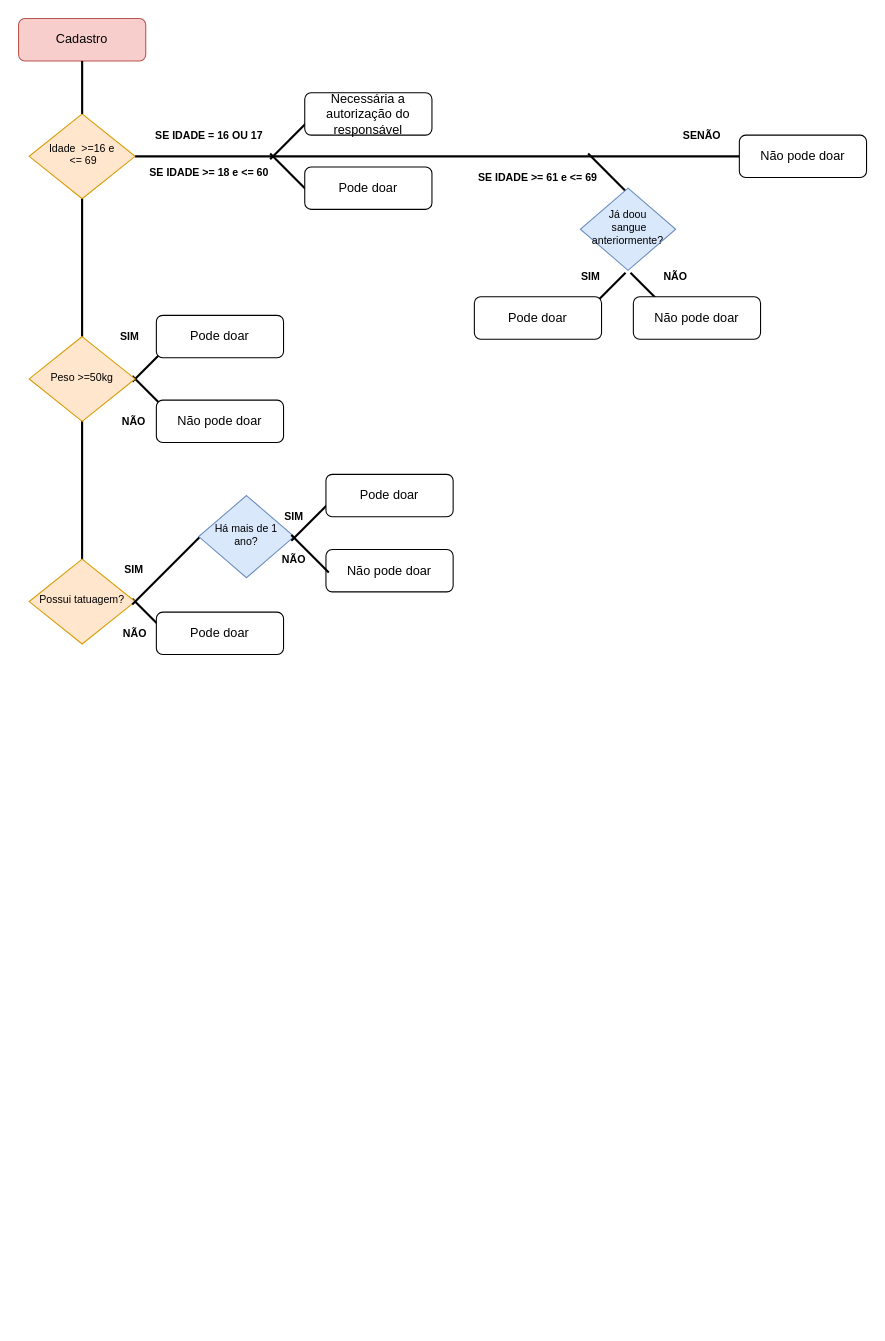
Before: Diagrama banco de sangue.drawio in b-benedetti/Diagrama-Banco-de-Sangue, a draw.io diagram. Source tidied: cells renumbered, new cells numbered last; positions are measured from the earlier drawing's top-left corner, leaving out a move shared by most shapes. Both pictures are drawn from the tidied source at 106%, with x=0, y=0 at pixel (8, 18).
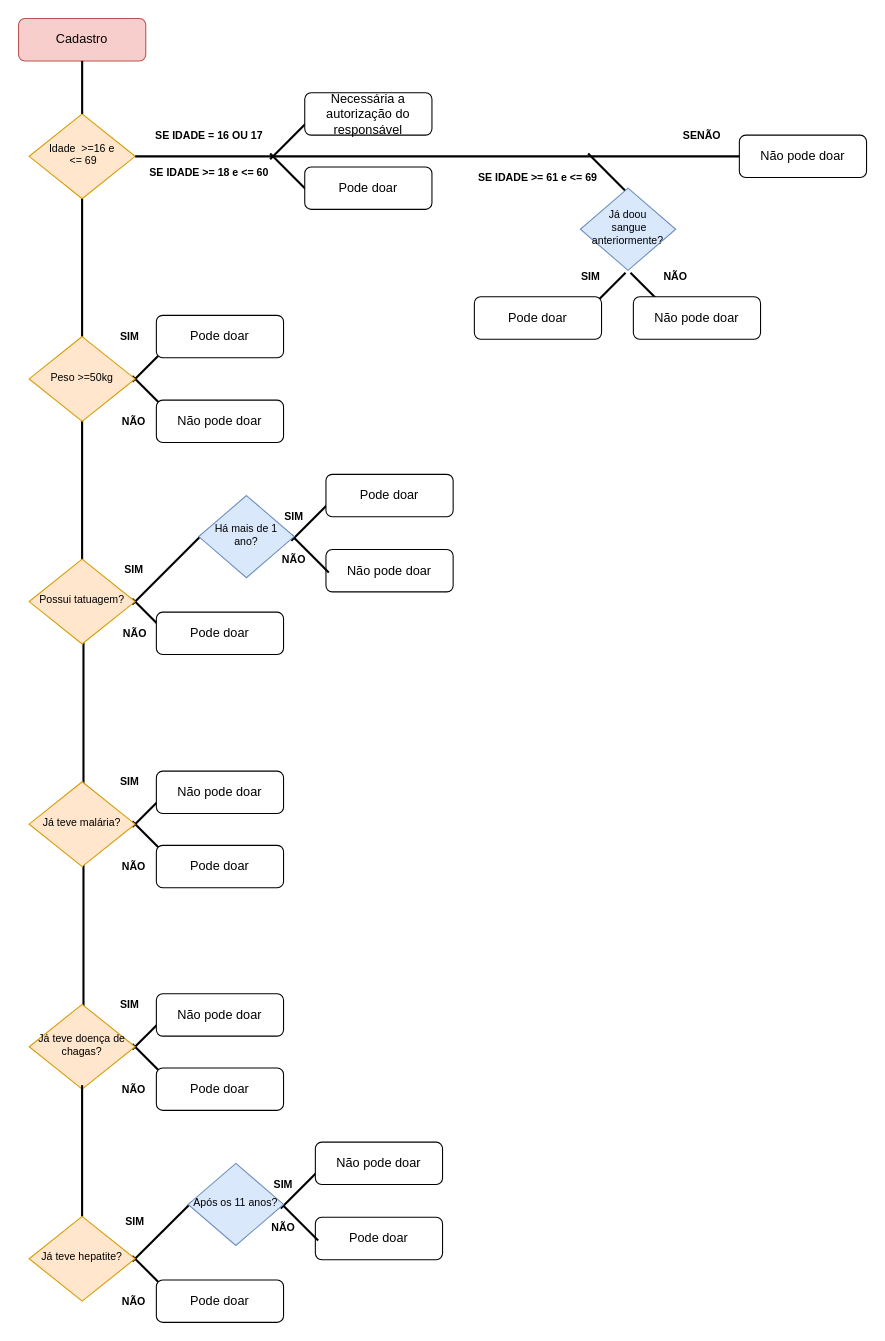
The same diagram, later.

Diff of the diagram source:
```diff
@@
-    <mxCell id="35" value="Possui tatuagem?" style="rhombus;whiteSpace=wrap;html=1;shadow=0;fontFamily=Montserrat;fontSize=10;align=center;strokeWidth=1;spacing=6;spacingTop=-4;fillColor=#ffe6cc;strokeColor=#d79b00;" parent="1" vertex="1">
-      <mxGeometry x="19" y="510" width="100" height="80" as="geometry" />
-    </mxCell>
@@
-    <mxCell id="39" value="Há mais de 1 ano?" style="rhombus;whiteSpace=wrap;html=1;shadow=0;fontFamily=Montserrat;fontSize=10;align=center;strokeWidth=1;spacing=6;spacingTop=-4;fillColor=#dae8fc;strokeColor=#6c8ebf;" parent="1" vertex="1">
-      <mxGeometry x="179" y="450" width="90" height="77.5" as="geometry" />
-    </mxCell>
@@
+    <mxCell id="45" style="line;strokeWidth=2;html=1;fontSize=10;rotation=90;fontFamily=Montserrat;" parent="1" vertex="1">
+      <mxGeometry x="1.5" y="650" width="137.5" height="10" as="geometry" />
+    </mxCell>
+    <mxCell id="35" value="Possui tatuagem?" style="rhombus;whiteSpace=wrap;html=1;shadow=0;fontFamily=Montserrat;fontSize=10;align=center;strokeWidth=1;spacing=6;spacingTop=-4;fillColor=#ffe6cc;strokeColor=#d79b00;" parent="1" vertex="1">
+      <mxGeometry x="19" y="510" width="100" height="80" as="geometry" />
+    </mxCell>
+    <mxCell id="46" style="line;strokeWidth=2;html=1;fontSize=10;rotation=-45;fontFamily=Montserrat;" parent="1" vertex="1">
+      <mxGeometry x="109" y="740" width="50" height="10" as="geometry" />
+    </mxCell>
+    <mxCell id="47" style="line;strokeWidth=2;html=1;fontSize=10;rotation=45;fontFamily=Montserrat;" parent="1" vertex="1">
+      <mxGeometry x="109" y="770" width="50" height="10" as="geometry" />
+    </mxCell>
+    <mxCell id="48" value="SIM" style="text;html=1;strokeColor=none;fillColor=none;align=center;verticalAlign=middle;whiteSpace=wrap;rounded=0;fontSize=10;fontFamily=Montserrat;fontStyle=1;" parent="1" vertex="1">
+      <mxGeometry x="94" y="710" width="40" height="20" as="geometry" />
+    </mxCell>
+    <mxCell id="49" value="NÃO" style="text;html=1;strokeColor=none;fillColor=none;align=center;verticalAlign=middle;whiteSpace=wrap;rounded=0;fontSize=10;fontFamily=Montserrat;fontStyle=1;" parent="1" vertex="1">
+      <mxGeometry x="97.8" y="790" width="40" height="20" as="geometry" />
+    </mxCell>
+    <mxCell id="50" value="Pode doar" style="rounded=1;whiteSpace=wrap;html=1;fontSize=12;glass=0;strokeWidth=1;shadow=0;fontFamily=Montserrat;" parent="1" vertex="1">
+      <mxGeometry x="139" y="780" width="120" height="40" as="geometry" />
+    </mxCell>
+    <mxCell id="51" value="Não pode doar" style="rounded=1;whiteSpace=wrap;html=1;fontSize=12;glass=0;strokeWidth=1;shadow=0;fontFamily=Montserrat;" parent="1" vertex="1">
+      <mxGeometry x="139" y="710" width="120" height="40" as="geometry" />
+    </mxCell>
+    <mxCell id="52" style="line;strokeWidth=2;html=1;fontSize=10;rotation=90;fontFamily=Montserrat;" parent="1" vertex="1">
+      <mxGeometry x="1.5" y="860" width="137.5" height="10" as="geometry" />
+    </mxCell>
+    <mxCell id="53" value="Já teve malária?" style="rhombus;whiteSpace=wrap;html=1;shadow=0;fontFamily=Montserrat;fontSize=10;align=center;strokeWidth=1;spacing=6;spacingTop=-4;fillColor=#ffe6cc;strokeColor=#d79b00;" parent="1" vertex="1">
+      <mxGeometry x="19" y="720" width="100" height="80" as="geometry" />
+    </mxCell>
+    <mxCell id="54" style="line;strokeWidth=2;html=1;fontSize=10;rotation=-45;fontFamily=Montserrat;" parent="1" vertex="1">
+      <mxGeometry x="109" y="950" width="50" height="10" as="geometry" />
+    </mxCell>
+    <mxCell id="55" style="line;strokeWidth=2;html=1;fontSize=10;rotation=45;fontFamily=Montserrat;" parent="1" vertex="1">
+      <mxGeometry x="109" y="980" width="50" height="10" as="geometry" />
+    </mxCell>
+    <mxCell id="56" value="SIM" style="text;html=1;strokeColor=none;fillColor=none;align=center;verticalAlign=middle;whiteSpace=wrap;rounded=0;fontSize=10;fontFamily=Montserrat;fontStyle=1;" parent="1" vertex="1">
+      <mxGeometry x="94" y="920" width="40" height="20" as="geometry" />
+    </mxCell>
+    <mxCell id="57" value="NÃO" style="text;html=1;strokeColor=none;fillColor=none;align=center;verticalAlign=middle;whiteSpace=wrap;rounded=0;fontSize=10;fontFamily=Montserrat;fontStyle=1;" parent="1" vertex="1">
+      <mxGeometry x="97.8" y="1000" width="40" height="20" as="geometry" />
+    </mxCell>
+    <mxCell id="58" value="Pode doar" style="rounded=1;whiteSpace=wrap;html=1;fontSize=12;glass=0;strokeWidth=1;shadow=0;fontFamily=Montserrat;" parent="1" vertex="1">
+      <mxGeometry x="139" y="990" width="120" height="40" as="geometry" />
+    </mxCell>
+    <mxCell id="59" value="Já teve doença de chagas?" style="rhombus;whiteSpace=wrap;html=1;shadow=0;fontFamily=Montserrat;fontSize=10;align=center;strokeWidth=1;spacing=6;spacingTop=-4;fillColor=#ffe6cc;strokeColor=#d79b00;" parent="1" vertex="1">
+      <mxGeometry x="19" y="930" width="100" height="80" as="geometry" />
+    </mxCell>
+    <mxCell id="60" value="Não pode doar" style="rounded=1;whiteSpace=wrap;html=1;fontSize=12;glass=0;strokeWidth=1;shadow=0;fontFamily=Montserrat;" parent="1" vertex="1">
+      <mxGeometry x="139" y="920" width="120" height="40" as="geometry" />
+    </mxCell>
+    <mxCell id="61" style="line;strokeWidth=2;html=1;fontSize=10;rotation=90;fontFamily=Montserrat;" parent="1" vertex="1">
+      <mxGeometry x="0.2" y="1070" width="137.5" height="10" as="geometry" />
+    </mxCell>
+    <mxCell id="62" style="line;strokeWidth=2;html=1;fontSize=10;rotation=-45;fontFamily=Montserrat;" parent="1" vertex="1">
+      <mxGeometry x="104.6" y="1139.4" width="80" height="10" as="geometry" />
+    </mxCell>
+    <mxCell id="63" style="line;strokeWidth=2;html=1;fontSize=10;rotation=45;fontFamily=Montserrat;" parent="1" vertex="1">
+      <mxGeometry x="109" y="1180" width="50" height="10" as="geometry" />
+    </mxCell>
+    <mxCell id="64" value="SIM" style="text;html=1;strokeColor=none;fillColor=none;align=center;verticalAlign=middle;whiteSpace=wrap;rounded=0;fontSize=10;fontFamily=Montserrat;fontStyle=1;" parent="1" vertex="1">
+      <mxGeometry x="99" y="1125" width="40" height="20" as="geometry" />
+    </mxCell>
+    <mxCell id="65" value="NÃO" style="text;html=1;strokeColor=none;fillColor=none;align=center;verticalAlign=middle;whiteSpace=wrap;rounded=0;fontSize=10;fontFamily=Montserrat;fontStyle=1;" parent="1" vertex="1">
+      <mxGeometry x="97.8" y="1200" width="40" height="20" as="geometry" />
+    </mxCell>
+    <mxCell id="66" value="Pode doar" style="rounded=1;whiteSpace=wrap;html=1;fontSize=12;glass=0;strokeWidth=1;shadow=0;fontFamily=Montserrat;" parent="1" vertex="1">
+      <mxGeometry x="139" y="1190" width="120" height="40" as="geometry" />
+    </mxCell>
+    <mxCell id="67" value="Já teve hepatite?" style="rhombus;whiteSpace=wrap;html=1;shadow=0;fontFamily=Montserrat;fontSize=10;align=center;strokeWidth=1;spacing=6;spacingTop=-4;fillColor=#ffe6cc;strokeColor=#d79b00;" parent="1" vertex="1">
+      <mxGeometry x="19" y="1130" width="100" height="80" as="geometry" />
+    </mxCell>
+    <mxCell id="68" value="Pode doar" style="rounded=1;whiteSpace=wrap;html=1;fontSize=12;glass=0;strokeWidth=1;shadow=0;fontFamily=Montserrat;" parent="1" vertex="1">
+      <mxGeometry x="289" y="1130.9" width="120" height="40" as="geometry" />
+    </mxCell>
+    <mxCell id="69" style="line;strokeWidth=2;html=1;fontSize=10;rotation=45;fontFamily=Montserrat;" parent="1" vertex="1">
+      <mxGeometry x="249" y="1130" width="50" height="10" as="geometry" />
+    </mxCell>
+    <mxCell id="70" style="line;strokeWidth=2;html=1;fontSize=10;rotation=-45;fontFamily=Montserrat;" parent="1" vertex="1">
+      <mxGeometry x="249" y="1100" width="50" height="10" as="geometry" />
+    </mxCell>
+    <mxCell id="71" value="SIM" style="text;html=1;strokeColor=none;fillColor=none;align=center;verticalAlign=middle;whiteSpace=wrap;rounded=0;fontSize=10;fontFamily=Montserrat;fontStyle=1;" parent="1" vertex="1">
+      <mxGeometry x="239" y="1090" width="40" height="20" as="geometry" />
+    </mxCell>
+    <mxCell id="72" value="NÃO" style="text;html=1;strokeColor=none;fillColor=none;align=center;verticalAlign=middle;whiteSpace=wrap;rounded=0;fontSize=10;fontFamily=Montserrat;fontStyle=1;" parent="1" vertex="1">
+      <mxGeometry x="239" y="1130" width="40" height="20" as="geometry" />
+    </mxCell>
+    <mxCell id="73" value="Não pode doar" style="rounded=1;whiteSpace=wrap;html=1;fontSize=12;glass=0;strokeWidth=1;shadow=0;fontFamily=Montserrat;" parent="1" vertex="1">
+      <mxGeometry x="289" y="1060" width="120" height="40" as="geometry" />
+    </mxCell>
+    <mxCell id="74" value="Após os 11 anos?" style="rhombus;whiteSpace=wrap;html=1;shadow=0;fontFamily=Montserrat;fontSize=10;align=center;strokeWidth=1;spacing=6;spacingTop=-4;fillColor=#dae8fc;strokeColor=#6c8ebf;" parent="1" vertex="1">
+      <mxGeometry x="169" y="1080" width="90" height="77.5" as="geometry" />
+    </mxCell>
+    <mxCell id="39" value="Há mais de 1 ano?" style="rhombus;whiteSpace=wrap;html=1;shadow=0;fontFamily=Montserrat;fontSize=10;align=center;strokeWidth=1;spacing=6;spacingTop=-4;fillColor=#dae8fc;strokeColor=#6c8ebf;" parent="1" vertex="1">
+      <mxGeometry x="179" y="450" width="90" height="77.5" as="geometry" />
+    </mxCell>
```
